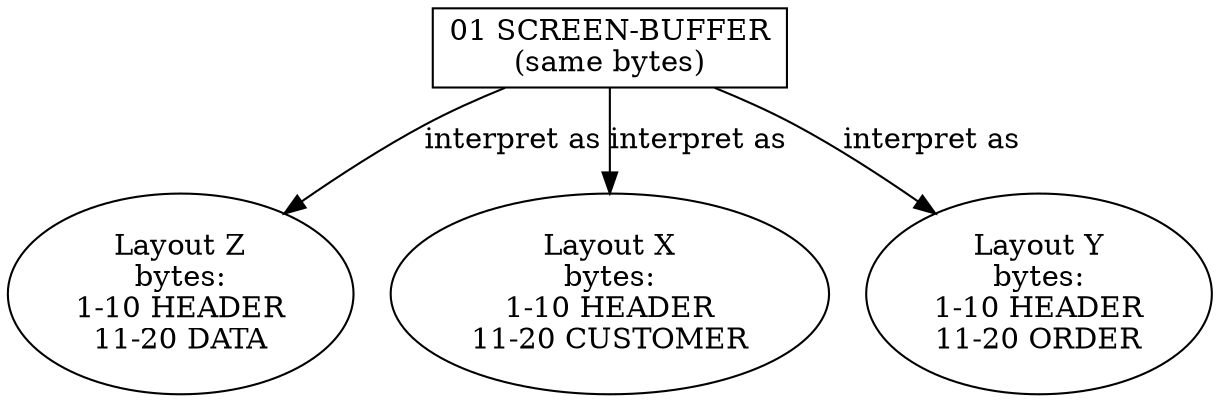
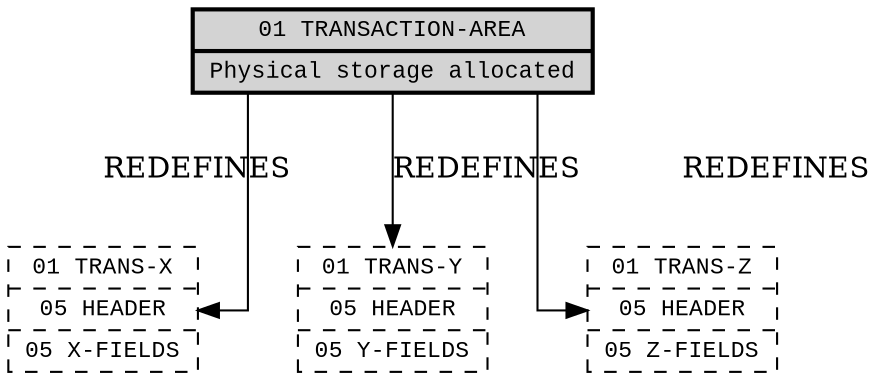
- digraph Cobol_Redefines {
+ digraph CobolRedefines {
    rankdir=TB;
+     splines=ortho;
+     nodesep=0.6;
+     ranksep=0.8;
+     node [
+         shape=record
+         fontname="Courier New"
+         fontsize=11
+     ];

-     STORAGE [label="01 SCREEN-BUFFER\n(same bytes)", shape=box];
+     Storage [
+         label="{01 TRANSACTION-AREA|Physical storage allocated}"
+         style="filled,bold"
+         fillcolor=lightgray
+     ];

-     Z [label="Layout Z\nbytes:\n1-10 HEADER\n11-20 DATA"];
-     X [label="Layout X\nbytes:\n1-10 HEADER\n11-20 CUSTOMER"];
-     Y [label="Layout Y\nbytes:\n1-10 HEADER\n11-20 ORDER"];
+     X [
+         label="{01 TRANS-X|05 HEADER|05 X-FIELDS}"
+         style=dashed
+     ];

-     STORAGE -> Z [label="interpret as"];
-     STORAGE -> X [label="interpret as"];
-     STORAGE -> Y [label="interpret as"];
+     Y [
+         label="{01 TRANS-Y|05 HEADER|05 Y-FIELDS}"
+         style=dashed
+     ];
+ 
+     Z [
+         label="{01 TRANS-Z|05 HEADER|05 Z-FIELDS}"
+         style=dashed
+     ];
+ 
+     Storage -> X [label="REDEFINES"];
+     Storage -> Y [label="REDEFINES"];
+     Storage -> Z [label="REDEFINES"];
}
+ 
